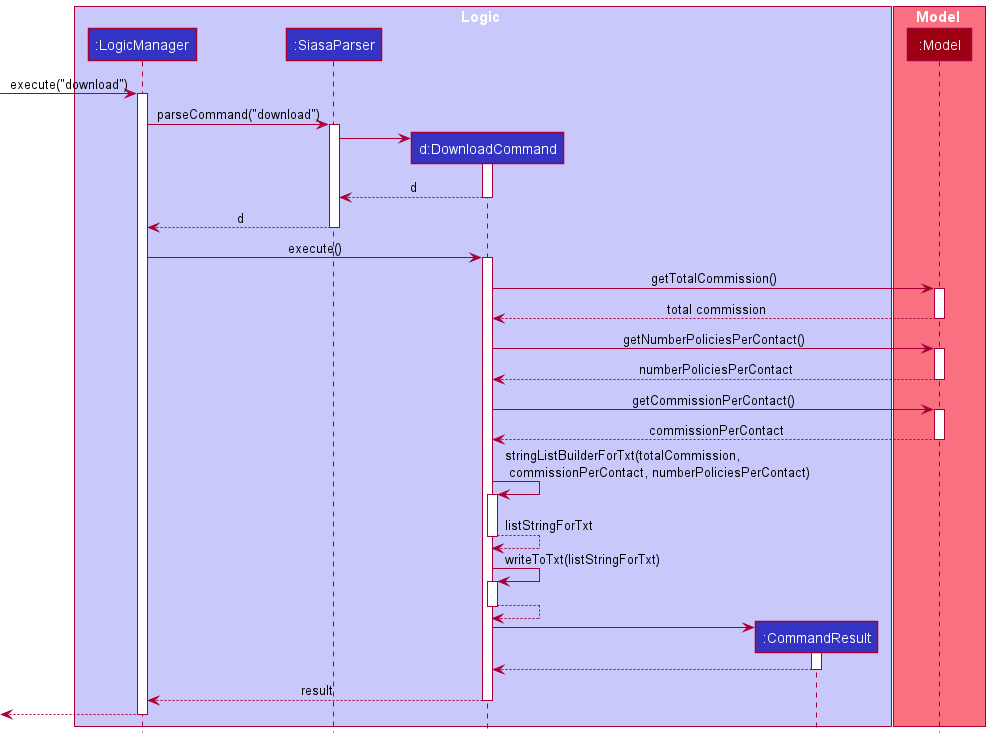
nus-cs2103-AY2122S1/tp keeps this PlantUML diagram as docs/images/DownloadSequenceDiagram.png. Above is the earlier version.
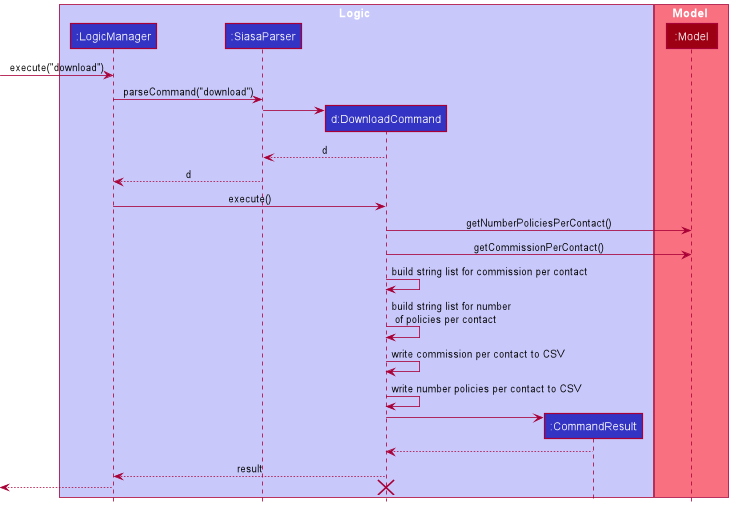
After the commit.

Commit message:
Fix DG diagrams and change txt to csv

Change to the diagram source:
```diff
@@ -13,64 +13,44 @@
 end box
 
 [-> LogicManager : execute("download")
-activate LogicManager
+
 
 LogicManager -> SiasaParser : parseCommand("download")
-activate SiasaParser
+
 
 create DownloadCommand
 SiasaParser -> DownloadCommand
-activate DownloadCommand
+
 
 DownloadCommand --> SiasaParser : d
-deactivate DownloadCommand
 
 SiasaParser --> LogicManager : d
-deactivate SiasaParser
+
 
 LogicManager -> DownloadCommand : execute()
-activate DownloadCommand
 
-DownloadCommand -> Model : getTotalCommission()
-activate Model
-
-Model --> DownloadCommand : total commission
-deactivate Model
 
 DownloadCommand -> Model : getNumberPoliciesPerContact()
-activate Model
 
-Model --> DownloadCommand : numberPoliciesPerContact
-deactivate Model
 
 DownloadCommand -> Model : getCommissionPerContact()
-activate Model
 
-Model --> DownloadCommand : commissionPerContact
-deactivate Model
+DownloadCommand -> DownloadCommand : build string list for commission per contact
 
-DownloadCommand -> DownloadCommand : stringListBuilderForTxt(totalCommission, \n commissionPerContact, numberPoliciesPerContact)
-activate DownloadCommand
+DownloadCommand -> DownloadCommand : build string list for number \n of policies per contact
 
-DownloadCommand --> DownloadCommand : listStringForTxt
-deactivate DownloadCommand
+DownloadCommand -> DownloadCommand : write commission per contact to CSV
 
-DownloadCommand -> DownloadCommand : writeToTxt(listStringForTxt)
-activate DownloadCommand
-
-DownloadCommand --> DownloadCommand
-deactivate DownloadCommand
+DownloadCommand -> DownloadCommand : write number policies per contact to CSV
 
 create CommandResult
 DownloadCommand -> CommandResult
-activate CommandResult
 
 CommandResult --> DownloadCommand
-deactivate CommandResult
 
 DownloadCommand --> LogicManager : result
-deactivate DownloadCommand
+
 
 [<--LogicManager
-deactivate LogicManager
+destroy DownloadCommand
 @enduml
```
